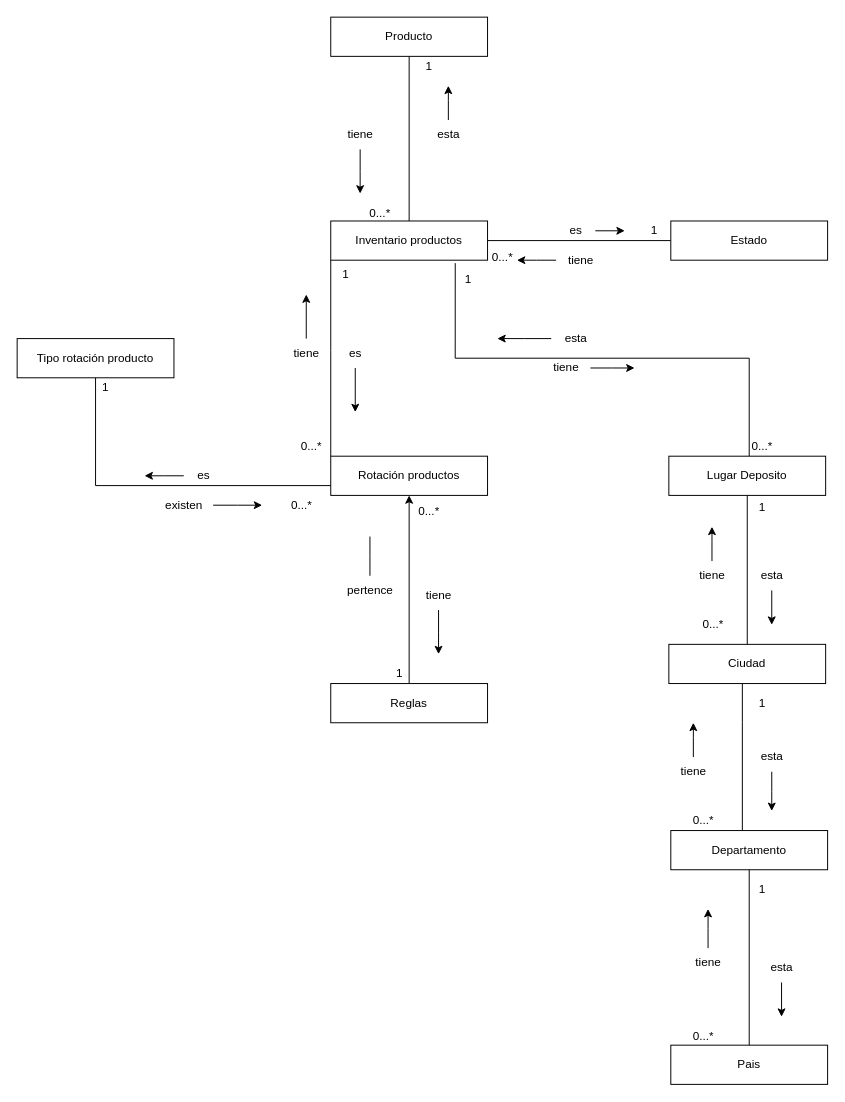
The draw.io diagram Extraclase/Modelo de dominio/Modelo de dominio anemico/anemico.drawio in DOOPan2022/Presupuesto, before the edit. Source tidied: cells renumbered, new cells numbered last; positions are measured from the earlier drawing's top-left corner, leaving out a move shared by most shapes. Both pictures are drawn from the tidied source at 98%, with x=0, y=0 at pixel (17, 17).
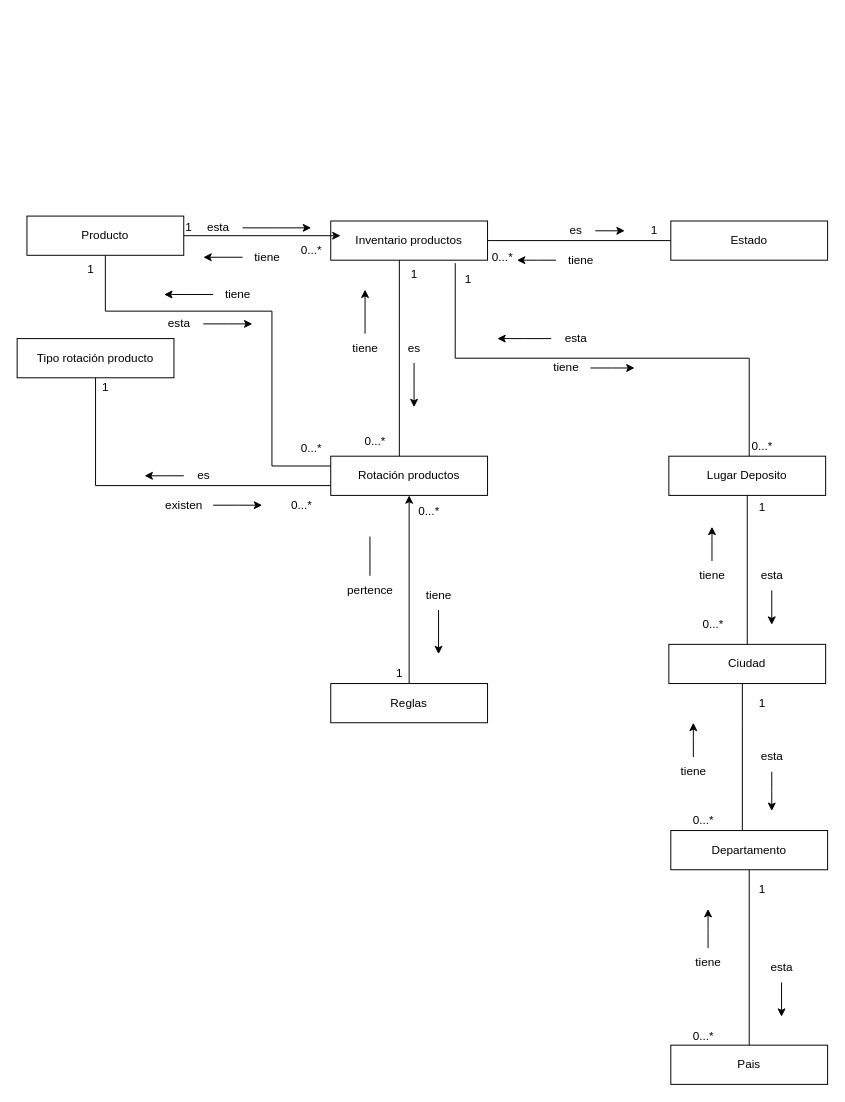
Above is the later version.

Unchanged cells that the change refers to:
```xml
<mxCell id="2" value="Inventario productos" style="rounded=0;whiteSpace=wrap;html=1;" parent="1" vertex="1">
  <mxGeometry x="320" y="208" width="160" height="40" as="geometry" />
</mxCell>
<mxCell id="4" value="Rotación productos" style="rounded=0;whiteSpace=wrap;html=1;" parent="1" vertex="1">
  <mxGeometry x="320" y="448" width="160" height="40" as="geometry" />
</mxCell>
```

Diff of the diagram source:
```diff
@@
     <mxCell id="3" style="edgeStyle=orthogonalEdgeStyle;rounded=0;jettySize=auto;html=1;endArrow=none;endFill=0;" parent="1" edge="1" source="4" target="2">
       <mxGeometry relative="1" as="geometry">
         <Array as="points">
-          <mxPoint x="320" y="340" />
-          <mxPoint x="320" y="340" />
+          <mxPoint x="390" y="310" />
+          <mxPoint x="390" y="310" />
         </Array>
       </mxGeometry>
     </mxCell>
@@
     <mxCell id="25" style="edgeStyle=orthogonalEdgeStyle;rounded=0;jettySize=auto;html=1;" parent="1" edge="1" source="26">
       <mxGeometry relative="1" as="geometry">
-        <mxPoint x="345" y="403" as="targetPoint" />
+        <mxPoint x="405" y="398" as="targetPoint" />
       </mxGeometry>
     </mxCell>
     <mxCell id="26" value="es" style="text;html=1;align=center;verticalAlign=middle;points=[];strokeColor=none;fillColor=none;" parent="1" vertex="1">
-      <mxGeometry x="325" y="328" width="40" height="30" as="geometry" />
+      <mxGeometry x="385" y="323" width="40" height="30" as="geometry" />
     </mxCell>
     <mxCell id="27" style="edgeStyle=orthogonalEdgeStyle;rounded=0;jettySize=auto;html=1;" parent="1" edge="1" source="28">
       <mxGeometry relative="1" as="geometry">
-        <mxPoint x="295" y="283" as="targetPoint" />
+        <mxPoint x="355" y="278" as="targetPoint" />
       </mxGeometry>
     </mxCell>
     <mxCell id="28" value="tiene" style="text;html=1;align=center;verticalAlign=middle;points=[];strokeColor=none;fillColor=none;" parent="1" vertex="1">
-      <mxGeometry x="270" y="328" width="50" height="30" as="geometry" />
+      <mxGeometry x="330" y="323" width="50" height="30" as="geometry" />
     </mxCell>
     <mxCell id="29" value="1" style="text;html=1;align=center;verticalAlign=middle;strokeColor=none;fillColor=none;" parent="1" vertex="1">
-      <mxGeometry x="320" y="248" width="30" height="30" as="geometry" />
+      <mxGeometry x="390" y="248" width="30" height="30" as="geometry" />
     </mxCell>
     <mxCell id="30" value="0...*" style="text;html=1;align=center;verticalAlign=middle;strokeColor=none;fillColor=none;" parent="1" vertex="1">
-      <mxGeometry x="280" y="423" width="40" height="30" as="geometry" />
+      <mxGeometry x="345" y="418" width="40" height="30" as="geometry" />
     </mxCell>
@@
-    <mxCell id="37" style="edgeStyle=orthogonalEdgeStyle;rounded=0;jettySize=auto;html=1;entryX=0.5;entryY=0;entryDx=0;entryDy=0;endArrow=none;endFill=0;" parent="1" edge="1" source="38" target="2">
-      <mxGeometry relative="1" as="geometry" />
-    </mxCell>
+    <mxCell id="75" style="edgeStyle=orthogonalEdgeStyle;rounded=0;jettySize=auto;html=1;" parent="1" edge="1" source="38">
+      <mxGeometry relative="1" as="geometry">
+        <mxPoint x="330" y="223" as="targetPoint" />
+        <Array as="points">
+          <mxPoint x="320" y="223" />
+        </Array>
+      </mxGeometry>
+    </mxCell>
+    <mxCell id="76" style="edgeStyle=orthogonalEdgeStyle;rounded=0;jettySize=auto;html=1;entryX=0;entryY=0.25;entryDx=0;entryDy=0;endArrow=none;endFill=0;" parent="1" edge="1" source="38" target="4">
+      <mxGeometry relative="1" as="geometry">
+        <Array as="points">
+          <mxPoint x="90" y="300" />
+          <mxPoint x="260" y="300" />
+          <mxPoint x="260" y="458" />
+        </Array>
+      </mxGeometry>
+    </mxCell>
     <mxCell id="38" value="Producto" style="rounded=0;whiteSpace=wrap;html=1;" parent="1" vertex="1">
-      <mxGeometry x="320" width="160" height="40" as="geometry" />
+      <mxGeometry x="10" y="203" width="160" height="40" as="geometry" />
     </mxCell>
     <mxCell id="39" style="edgeStyle=orthogonalEdgeStyle;rounded=0;jettySize=auto;html=1;endArrow=classic;endFill=1;" parent="1" edge="1" source="40">
       <mxGeometry relative="1" as="geometry">
-        <mxPoint x="440" y="70" as="targetPoint" />
+        <mxPoint x="300" y="215" as="targetPoint" />
       </mxGeometry>
     </mxCell>
     <mxCell id="40" value="esta" style="text;html=1;align=center;verticalAlign=middle;points=[];strokeColor=none;fillColor=none;" parent="1" vertex="1">
-      <mxGeometry x="415" y="105" width="50" height="30" as="geometry" />
+      <mxGeometry x="180" y="200" width="50" height="30" as="geometry" />
     </mxCell>
     <mxCell id="41" style="edgeStyle=orthogonalEdgeStyle;rounded=0;jettySize=auto;html=1;endArrow=classic;endFill=1;" parent="1" edge="1" source="42">
       <mxGeometry relative="1" as="geometry">
-        <mxPoint x="350" y="180" as="targetPoint" />
+        <mxPoint x="190" y="245" as="targetPoint" />
       </mxGeometry>
     </mxCell>
     <mxCell id="42" value="tiene" style="text;html=1;align=center;verticalAlign=middle;points=[];strokeColor=none;fillColor=none;" parent="1" vertex="1">
-      <mxGeometry x="325" y="105" width="50" height="30" as="geometry" />
+      <mxGeometry x="230" y="230" width="50" height="30" as="geometry" />
     </mxCell>
     <mxCell id="43" value="1" style="text;html=1;align=center;verticalAlign=middle;strokeColor=none;fillColor=none;" parent="1" vertex="1">
-      <mxGeometry x="405" y="35" width="30" height="30" as="geometry" />
+      <mxGeometry x="160" y="200" width="30" height="30" as="geometry" />
     </mxCell>
     <mxCell id="44" value="0...*" style="text;html=1;align=center;verticalAlign=middle;strokeColor=none;fillColor=none;" parent="1" vertex="1">
-      <mxGeometry x="350" y="185" width="40" height="30" as="geometry" />
+      <mxGeometry x="280" y="223" width="40" height="30" as="geometry" />
     </mxCell>
@@
+    <mxCell id="77" style="edgeStyle=orthogonalEdgeStyle;rounded=0;jettySize=auto;html=1;" parent="1" edge="1" source="78">
+      <mxGeometry relative="1" as="geometry">
+        <mxPoint x="240" y="313" as="targetPoint" />
+      </mxGeometry>
+    </mxCell>
+    <mxCell id="78" value="esta" style="text;html=1;align=center;verticalAlign=middle;points=[];strokeColor=none;fillColor=none;" parent="1" vertex="1">
+      <mxGeometry x="140" y="298" width="50" height="30" as="geometry" />
+    </mxCell>
+    <mxCell id="79" style="edgeStyle=orthogonalEdgeStyle;rounded=0;jettySize=auto;html=1;" parent="1" edge="1" source="80">
+      <mxGeometry relative="1" as="geometry">
+        <mxPoint x="150" y="283" as="targetPoint" />
+      </mxGeometry>
+    </mxCell>
+    <mxCell id="80" value="tiene" style="text;html=1;align=center;verticalAlign=middle;points=[];strokeColor=none;fillColor=none;" parent="1" vertex="1">
+      <mxGeometry x="200" y="268" width="50" height="30" as="geometry" />
+    </mxCell>
+    <mxCell id="81" value="1" style="text;html=1;align=center;verticalAlign=middle;strokeColor=none;fillColor=none;" parent="1" vertex="1">
+      <mxGeometry x="60" y="243" width="30" height="30" as="geometry" />
+    </mxCell>
+    <mxCell id="82" value="0...*" style="text;html=1;align=center;verticalAlign=middle;strokeColor=none;fillColor=none;" parent="1" vertex="1">
+      <mxGeometry x="280" y="425" width="40" height="30" as="geometry" />
+    </mxCell>
```
